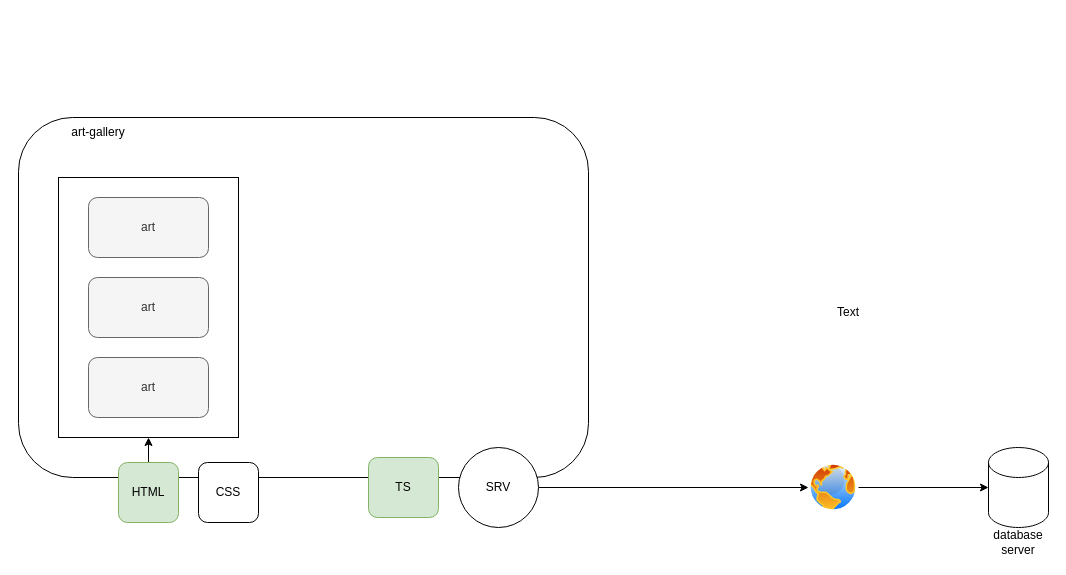
Earlier version of the draw.io diagram Untitled Diagram.drawio (Manisha-sharda-Prasad/angular). Source tidied: cells renumbered, new cells numbered last; positions are measured from the earlier drawing's top-left corner, leaving out a move shared by most shapes. Both pictures are drawn from the tidied source at 100%, with x=0, y=0 at pixel (18, 117).
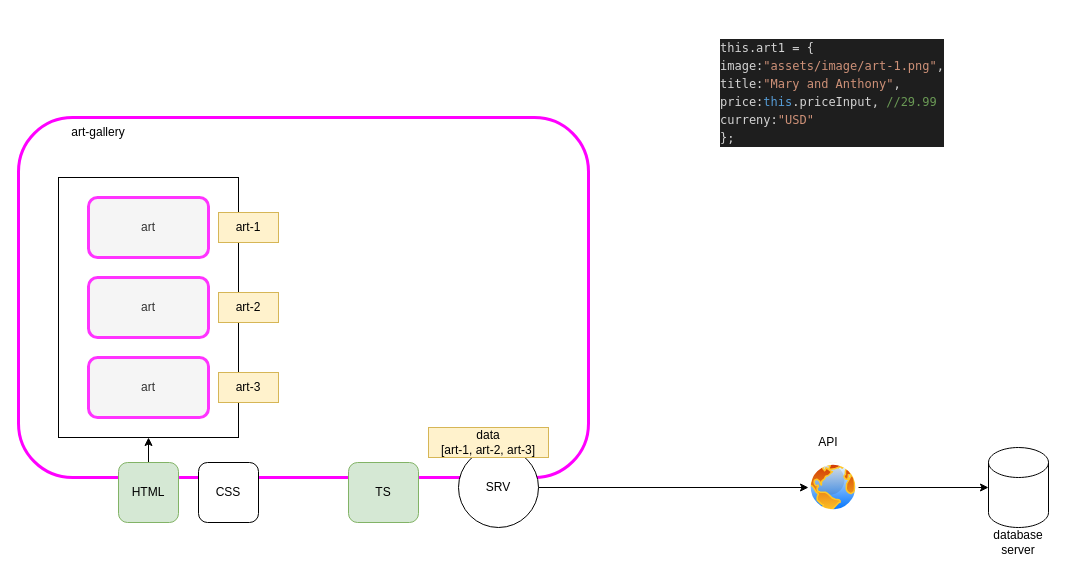
The same page after the edit.

Diff of the diagram source:
```diff
@@
-    <mxCell id="2" style="rounded=1;whiteSpace=wrap;html=1;" parent="1" vertex="1">
+    <mxCell id="2" style="rounded=1;whiteSpace=wrap;html=1;strokeColor=#FF00FF;strokeWidth=3;" parent="1" vertex="1">
       <mxGeometry width="570" height="360" as="geometry" />
     </mxCell>
@@
-    <mxCell id="5" value="art" style="rounded=1;whiteSpace=wrap;html=1;fillColor=#f5f5f5;fontColor=#333333;strokeColor=#666666;" parent="1" vertex="1">
+    <mxCell id="5" value="art" style="rounded=1;whiteSpace=wrap;html=1;fillColor=#f5f5f5;fontColor=#333333;strokeColor=#FF33FF;strokeWidth=3;" parent="1" vertex="1">
       <mxGeometry x="70" y="80" width="120" height="60" as="geometry" />
     </mxCell>
-    <mxCell id="6" value="art" style="rounded=1;whiteSpace=wrap;html=1;fillColor=#f5f5f5;fontColor=#333333;strokeColor=#666666;" parent="1" vertex="1">
+    <mxCell id="6" value="art" style="rounded=1;whiteSpace=wrap;html=1;fillColor=#f5f5f5;fontColor=#333333;strokeColor=#FF33FF;strokeWidth=3;" parent="1" vertex="1">
       <mxGeometry x="70" y="160" width="120" height="60" as="geometry" />
     </mxCell>
-    <mxCell id="7" value="art" style="rounded=1;whiteSpace=wrap;html=1;fillColor=#f5f5f5;fontColor=#333333;strokeColor=#666666;" parent="1" vertex="1">
+    <mxCell id="7" value="art" style="rounded=1;whiteSpace=wrap;html=1;fillColor=#f5f5f5;fontColor=#333333;strokeColor=#FF33FF;strokeWidth=3;" parent="1" vertex="1">
       <mxGeometry x="70" y="240" width="120" height="60" as="geometry" />
     </mxCell>
@@
-    <mxCell id="14" value="Text" style="text;html=1;strokeColor=none;fillColor=none;align=center;verticalAlign=middle;whiteSpace=wrap;rounded=0;" parent="1" vertex="1">
-      <mxGeometry x="800" y="180" width="60" height="30" as="geometry" />
-    </mxCell>
@@
     <mxCell id="17" value="TS" style="rounded=1;whiteSpace=wrap;html=1;fillColor=#d5e8d4;strokeColor=#82b366;" parent="1" vertex="1">
-      <mxGeometry x="350" y="340" width="70" height="60" as="geometry" />
+      <mxGeometry x="330" y="345" width="70" height="60" as="geometry" />
     </mxCell>
@@
+    <mxCell id="19" value="API" style="text;html=1;strokeColor=none;fillColor=none;align=center;verticalAlign=middle;whiteSpace=wrap;rounded=0;" parent="1" vertex="1">
+      <mxGeometry x="780" y="310" width="60" height="30" as="geometry" />
+    </mxCell>
+    <mxCell id="20" value="data &lt;br&gt;[art-1, art-2, art-3]" style="text;html=1;strokeColor=#d6b656;fillColor=#fff2cc;align=center;verticalAlign=middle;whiteSpace=wrap;rounded=0;" parent="1" vertex="1">
+      <mxGeometry x="410" y="310" width="120" height="30" as="geometry" />
+    </mxCell>
+    <mxCell id="21" value="art-3" style="text;html=1;strokeColor=#d6b656;fillColor=#fff2cc;align=center;verticalAlign=middle;whiteSpace=wrap;rounded=0;" parent="1" vertex="1">
+      <mxGeometry x="200" y="255" width="60" height="30" as="geometry" />
+    </mxCell>
+    <mxCell id="22" value="art-2" style="text;html=1;strokeColor=#d6b656;fillColor=#fff2cc;align=center;verticalAlign=middle;whiteSpace=wrap;rounded=0;" parent="1" vertex="1">
+      <mxGeometry x="200" y="175" width="60" height="30" as="geometry" />
+    </mxCell>
+    <mxCell id="23" value="art-1" style="text;html=1;strokeColor=#d6b656;fillColor=#fff2cc;align=center;verticalAlign=middle;whiteSpace=wrap;rounded=0;" parent="1" vertex="1">
+      <mxGeometry x="200" y="95" width="60" height="30" as="geometry" />
+    </mxCell>
+    <mxCell id="24" value="&lt;div style=&quot;color: rgb(212, 212, 212); background-color: rgb(30, 30, 30); font-family: Menlo, Monaco, &amp;quot;Courier New&amp;quot;, monospace; line-height: 18px;&quot;&gt;&lt;div&gt;this.art1  = {&lt;/div&gt;&lt;div&gt;    image:&lt;span style=&quot;color: #ce9178;&quot;&gt;&quot;assets/image/art-1.png&quot;&lt;/span&gt;,&lt;/div&gt;&lt;div&gt;    title:&lt;span style=&quot;color: #ce9178;&quot;&gt;&quot;Mary and Anthony&quot;&lt;/span&gt;,&lt;/div&gt;&lt;div&gt;    price:&lt;span style=&quot;color: #569cd6;&quot;&gt;this&lt;/span&gt;.priceInput, &lt;span style=&quot;color: #6a9955;&quot;&gt;//29.99&lt;/span&gt;&lt;/div&gt;&lt;div&gt;    curreny:&lt;span style=&quot;color: #ce9178;&quot;&gt;&quot;USD&quot;&lt;/span&gt;&lt;/div&gt;&lt;div&gt;   };&lt;/div&gt;&lt;/div&gt;" style="text;html=1;strokeColor=none;fillColor=none;align=left;verticalAlign=middle;whiteSpace=wrap;rounded=0;" parent="1" vertex="1">
+      <mxGeometry x="700" y="-100" width="270" height="150" as="geometry" />
+    </mxCell>
```
